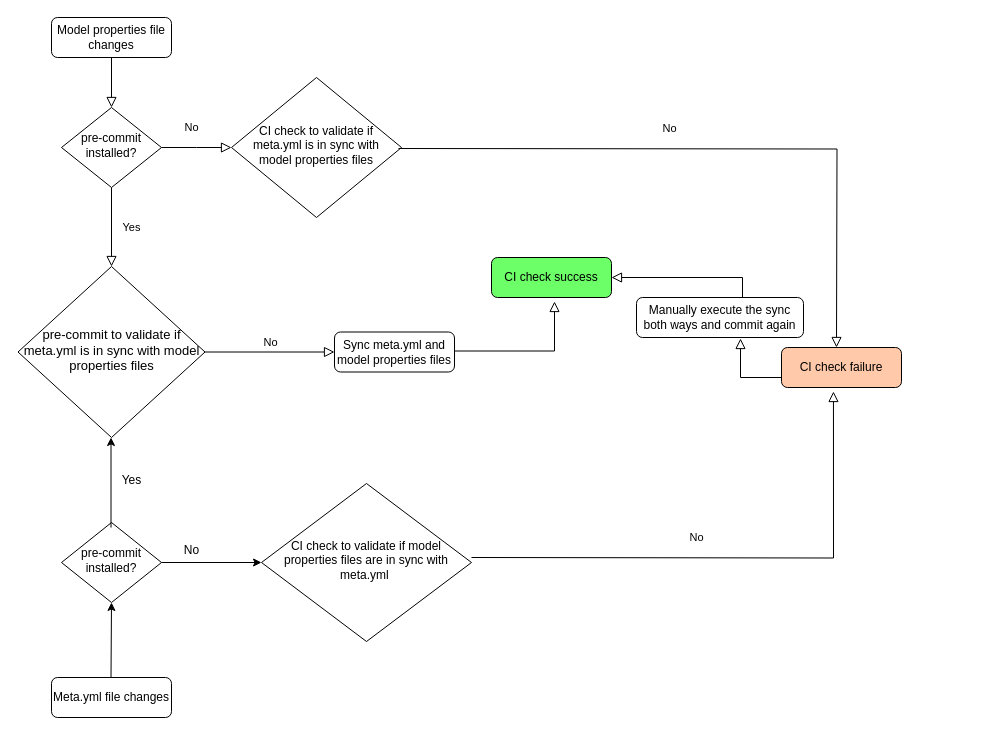
kunaljubce/drawio keeps this draw.io diagram as metaflow.drawio. Above is the earlier version. Source tidied: cells renumbered, new cells numbered last; positions are measured from the earlier drawing's top-left corner, leaving out a move shared by most shapes. Both pictures are drawn from the tidied source at 100%, with x=0, y=0 at pixel (18, 17).
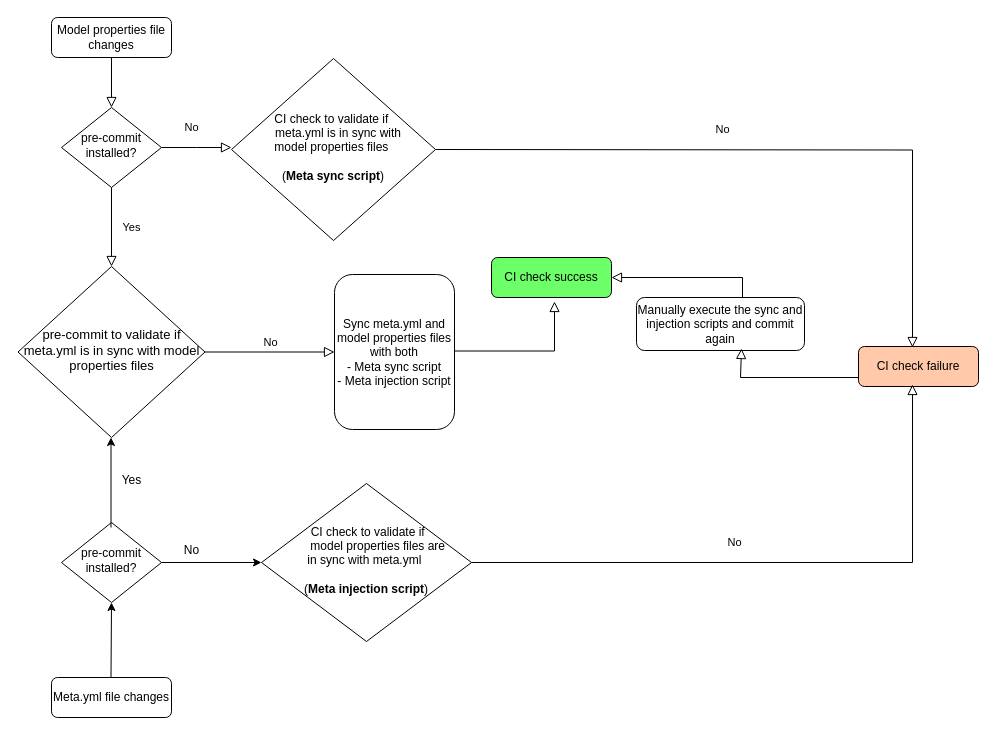
The same page after the edit.

What changed in the source:
```diff
@@
     <mxCell id="7" value="CI check failure" style="rounded=1;whiteSpace=wrap;html=1;fontSize=12;glass=0;strokeWidth=1;shadow=0;fillColor=#FFC9AA;" parent="1" vertex="1">
-      <mxGeometry x="763" y="330" width="120" height="40" as="geometry" />
+      <mxGeometry x="840" y="329" width="120" height="40" as="geometry" />
     </mxCell>
@@
-    <mxCell id="10" value="Sync meta.yml and model properties files" style="rounded=1;whiteSpace=wrap;html=1;fontSize=12;glass=0;strokeWidth=1;shadow=0;" parent="1" vertex="1">
-      <mxGeometry x="316" y="314.5" width="120" height="40" as="geometry" />
+    <mxCell id="10" value="Sync meta.yml and model properties files&lt;div&gt;with both&lt;/div&gt;&lt;div&gt;- Meta sync script&lt;/div&gt;&lt;div&gt;- Meta injection script&lt;/div&gt;" style="rounded=1;whiteSpace=wrap;html=1;fontSize=12;glass=0;strokeWidth=1;shadow=0;" parent="1" vertex="1">
+      <mxGeometry x="316" y="257" width="120" height="155" as="geometry" />
     </mxCell>
-    <mxCell id="11" value="CI check to validate if meta.yml is in sync with model properties files" style="rhombus;whiteSpace=wrap;html=1;shadow=0;fontFamily=Helvetica;fontSize=12;align=center;strokeWidth=1;spacing=6;spacingTop=-4;" parent="1" vertex="1">
-      <mxGeometry x="213" y="60" width="170" height="140" as="geometry" />
+    <mxCell id="11" value="CI check to validate if&amp;nbsp;&lt;div&gt;&amp;nbsp; &amp;nbsp; meta.yml is in sync with&amp;nbsp;&lt;/div&gt;&lt;div&gt;model properties files&amp;nbsp;&lt;div&gt;&lt;br&gt;&lt;/div&gt;&lt;div&gt;(&lt;b&gt;Meta sync script&lt;/b&gt;)&lt;/div&gt;&lt;/div&gt;" style="rhombus;whiteSpace=wrap;html=1;shadow=0;fontFamily=Helvetica;fontSize=12;align=center;strokeWidth=1;spacing=6;spacingTop=-4;" parent="1" vertex="1">
+      <mxGeometry x="213" y="41" width="204" height="182" as="geometry" />
     </mxCell>
-    <mxCell id="12" value="No" style="edgeStyle=orthogonalEdgeStyle;rounded=0;html=1;jettySize=auto;orthogonalLoop=1;fontSize=11;endArrow=block;endFill=0;endSize=8;strokeWidth=1;shadow=0;labelBackgroundColor=none;entryX=0.75;entryY=0;entryDx=0;entryDy=0;" parent="1" edge="1">
+    <mxCell id="12" value="No" style="edgeStyle=orthogonalEdgeStyle;rounded=0;html=1;jettySize=auto;fontSize=11;endArrow=block;endFill=0;endSize=8;strokeWidth=1;shadow=0;labelBackgroundColor=none;entryX=0.45;entryY=0.025;entryDx=0;entryDy=0;entryPerimeter=0;" parent="1" edge="1" target="7">
       <mxGeometry x="-0.15" y="20" relative="1" as="geometry">
-        <mxPoint x="380" y="131" as="sourcePoint" />
-        <mxPoint x="818" y="330" as="targetPoint" />
+        <mxPoint x="417" y="132" as="sourcePoint" />
       </mxGeometry>
     </mxCell>
@@
-    <mxCell id="20" value="CI check to validate if model properties files are in sync with meta.yml&amp;nbsp;" style="rhombus;whiteSpace=wrap;html=1;shadow=0;fontFamily=Helvetica;fontSize=12;align=center;strokeWidth=1;spacing=6;spacingTop=-4;" parent="1" vertex="1">
+    <mxCell id="20" value="&amp;nbsp; CI check to validate if&amp;nbsp;&lt;div&gt;&amp;nbsp; &amp;nbsp; &amp;nbsp; &amp;nbsp; model properties files are&amp;nbsp;&lt;/div&gt;&lt;div&gt;in sync with meta.yml&amp;nbsp;&lt;div&gt;&lt;br&gt;&lt;/div&gt;&lt;div&gt;(&lt;b&gt;Meta injection script&lt;/b&gt;)&lt;/div&gt;&lt;/div&gt;" style="rhombus;whiteSpace=wrap;html=1;shadow=0;fontFamily=Helvetica;fontSize=12;align=center;strokeWidth=1;spacing=6;spacingTop=-4;" parent="1" vertex="1">
       <mxGeometry x="243" y="466" width="210" height="158" as="geometry" />
     </mxCell>
@@
-    <mxCell id="23" value="No" style="edgeStyle=orthogonalEdgeStyle;rounded=0;html=1;jettySize=auto;fontSize=11;endArrow=block;endFill=0;endSize=8;strokeWidth=1;shadow=0;labelBackgroundColor=none;entryX=0.433;entryY=1.1;entryDx=0;entryDy=0;exitX=1;exitY=0.5;exitDx=0;exitDy=0;entryPerimeter=0;" parent="1" edge="1" target="7">
-      <mxGeometry x="-0.15" y="20" relative="1" as="geometry">
-        <mxPoint x="453" y="540" as="sourcePoint" />
-      </mxGeometry>
+    <mxCell id="23" value="No" style="edgeStyle=orthogonalEdgeStyle;rounded=0;html=1;jettySize=auto;fontSize=11;endArrow=block;endFill=0;endSize=8;strokeWidth=1;shadow=0;labelBackgroundColor=none;entryX=0.45;entryY=0.95;entryDx=0;entryDy=0;exitX=1;exitY=0.5;exitDx=0;exitDy=0;entryPerimeter=0;" parent="1" edge="1" source="20" target="7">
+      <mxGeometry x="-0.15" y="20" relative="1" as="geometry" />
     </mxCell>
-    <mxCell id="24" value="&lt;font&gt;Manually execute the sync both ways and commit again&lt;/font&gt;" style="rounded=1;whiteSpace=wrap;html=1;fontSize=12;glass=0;strokeWidth=1;shadow=0;" parent="1" vertex="1">
-      <mxGeometry x="618" y="280" width="167" height="40" as="geometry" />
+    <mxCell id="24" value="&lt;font&gt;Manually execute the sync and injection scripts and commit again&lt;/font&gt;" style="rounded=1;whiteSpace=wrap;html=1;fontSize=12;glass=0;strokeWidth=1;shadow=0;" parent="1" vertex="1">
+      <mxGeometry x="618" y="280" width="168" height="53" as="geometry" />
     </mxCell>
-    <mxCell id="25" style="rounded=0;html=1;jettySize=auto;fontSize=11;endArrow=block;endFill=0;endSize=8;strokeWidth=1;shadow=0;labelBackgroundColor=none;edgeStyle=orthogonalEdgeStyle;exitX=0;exitY=0.75;exitDx=0;exitDy=0;" parent="1" edge="1" source="7">
+    <mxCell id="25" style="rounded=0;html=1;jettySize=auto;fontSize=11;endArrow=block;endFill=0;endSize=8;strokeWidth=1;shadow=0;labelBackgroundColor=none;edgeStyle=orthogonalEdgeStyle;exitX=0;exitY=0.75;exitDx=0;exitDy=0;entryX=0.625;entryY=0.962;entryDx=0;entryDy=0;entryPerimeter=0;" parent="1" edge="1" source="7" target="24">
       <mxGeometry x="-0.25" y="15" relative="1" as="geometry">
-        <mxPoint x="722" y="321" as="targetPoint" />
         <Array as="points">
+          <mxPoint x="840" y="360" />
           <mxPoint x="722" y="360" />
         </Array>
         <mxPoint y="1" as="offset" />
       </mxGeometry>
     </mxCell>
```
